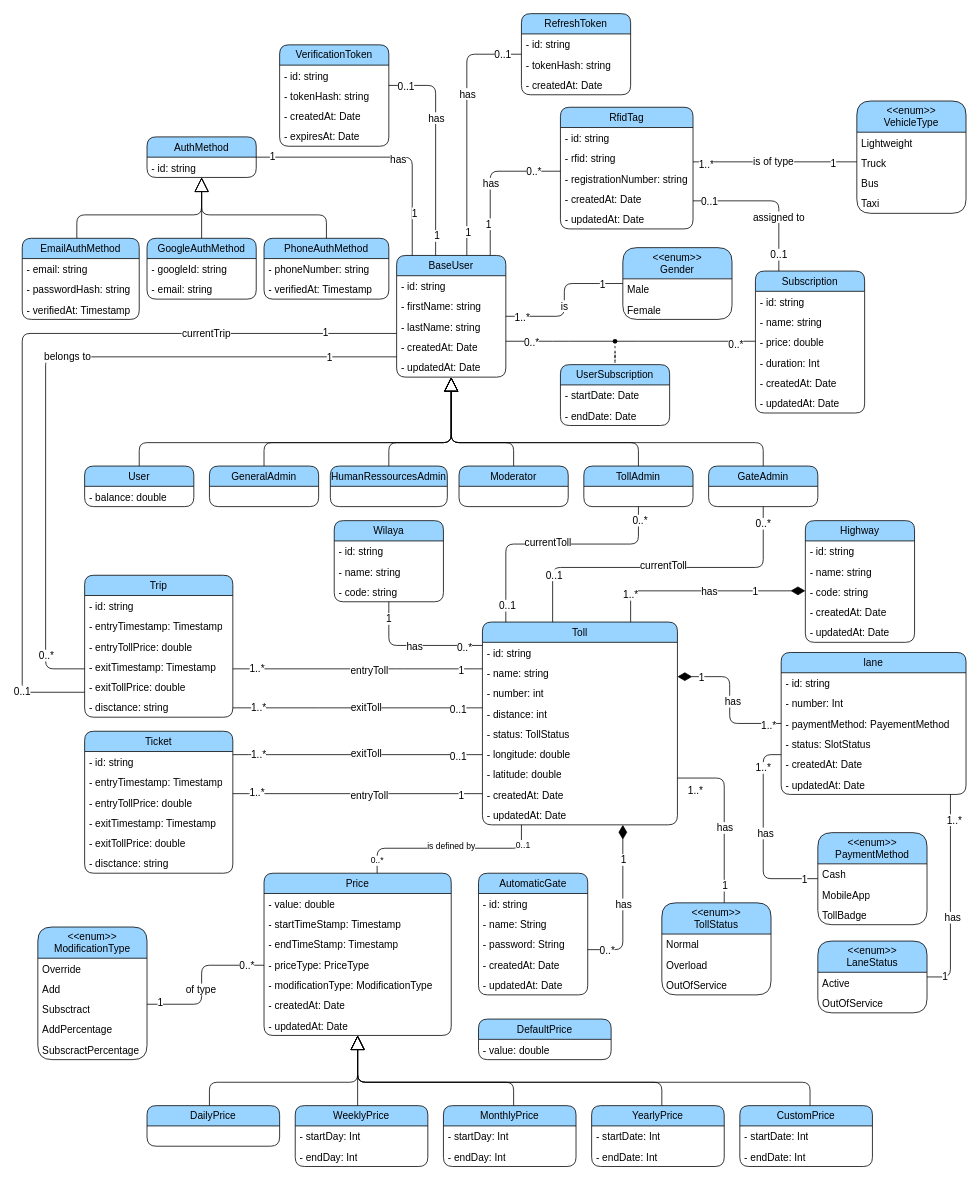
Earlier version of the draw.io diagram diagrams/class-diagram.drawio (devlotfi/peage-pay). Source tidied: cells renumbered, new cells numbered last; positions are measured from the earlier drawing's top-left corner, leaving out a move shared by most shapes. Both pictures are drawn from the tidied source at 78%, with x=0, y=0 at pixel (22, 13).
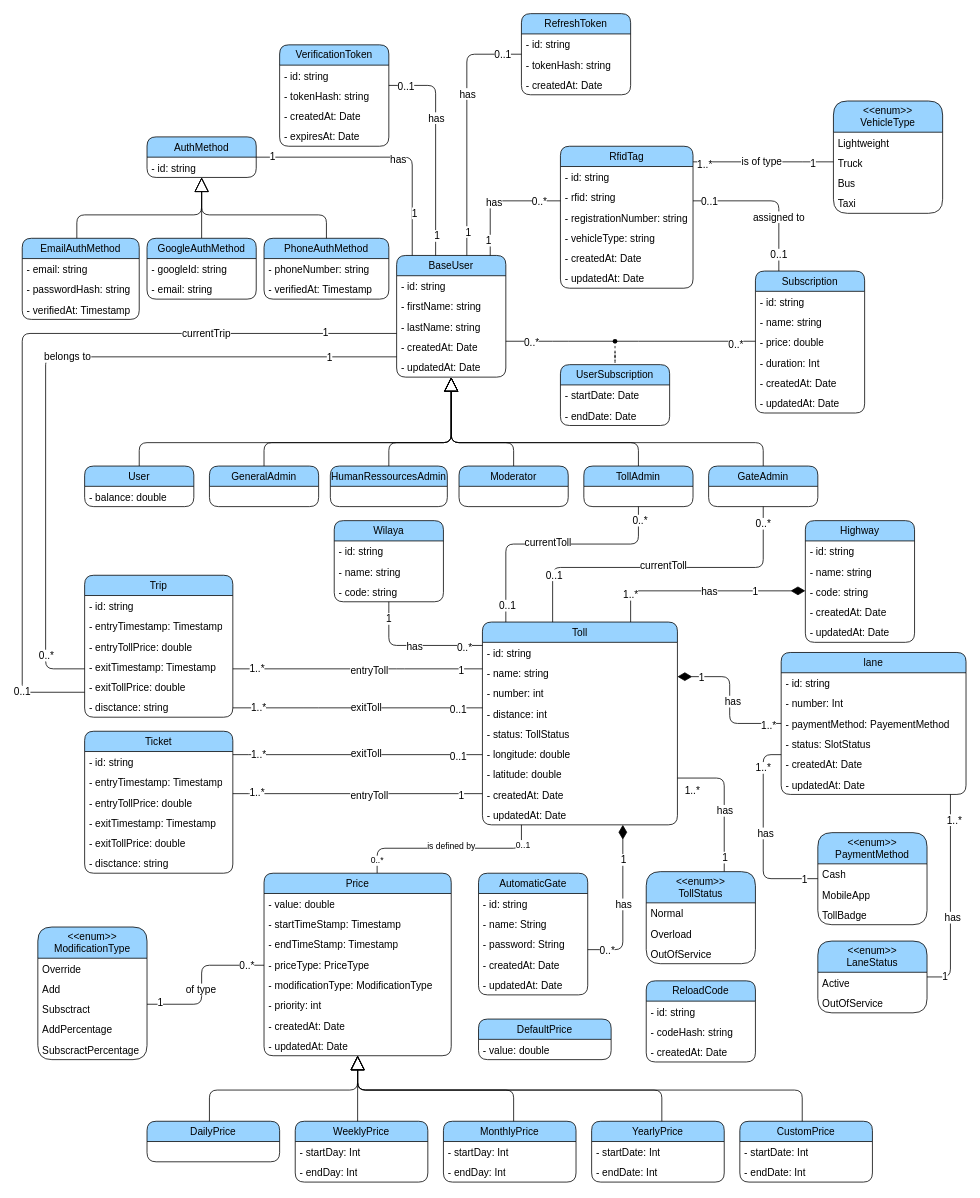
The same page after the edit.

The change refers to these unchanged cells:
```xml
<mxCell id="38" value="BaseUser" style="swimlane;fontStyle=0;horizontal=1;startSize=26;fillColor=#99D3FF;whiteSpace=wrap;html=1;fontFamily=Helvetica;fontSize=13;fontColor=default;fillStyle=auto;rounded=1;glass=0;shadow=0;swimlaneFillColor=none;gradientColor=none;" parent="1" vertex="1">
  <mxGeometry x="480" y="310" width="140" height="156" as="geometry" />
</mxCell>
```

What changed in the source:
```diff
@@
-    <mxCell id="34" style="edgeStyle=orthogonalEdgeStyle;rounded=1;jettySize=auto;html=1;strokeColor=default;align=center;verticalAlign=middle;fontFamily=Helvetica;fontSize=13;fontColor=default;labelBackgroundColor=default;endArrow=none;endFill=0;endSize=24;" parent="1" edge="1" source="38" target="201">
-      <mxGeometry relative="1" as="geometry" />
-    </mxCell>
-    <mxCell id="35" value="is" style="edgeLabel;html=1;align=center;verticalAlign=middle;fontFamily=Helvetica;fontSize=13;fontColor=default;labelBackgroundColor=default;" parent="34" vertex="1">
-      <mxGeometry x="-0.07" y="1" relative="1" as="geometry" />
-    </mxCell>
-    <mxCell id="36" value="1..*" style="edgeLabel;html=1;align=center;verticalAlign=middle;fontFamily=Helvetica;fontSize=13;fontColor=default;labelBackgroundColor=default;" parent="34" vertex="1">
-      <mxGeometry x="-0.79" relative="1" as="geometry" />
-    </mxCell>
-    <mxCell id="37" value="1" style="edgeLabel;html=1;align=center;verticalAlign=middle;fontFamily=Helvetica;fontSize=13;fontColor=default;labelBackgroundColor=default;" parent="34" vertex="1">
-      <mxGeometry x="0.72" relative="1" as="geometry" />
-    </mxCell>
@@
     <mxCell id="77" value="RfidTag" style="swimlane;fontStyle=0;horizontal=1;startSize=26;fillColor=#99D3FF;whiteSpace=wrap;html=1;fontFamily=Helvetica;fontSize=13;fontColor=default;fillStyle=auto;rounded=1;glass=0;shadow=0;swimlaneFillColor=none;gradientColor=none;" parent="1" vertex="1">
-      <mxGeometry x="690" y="120" width="170" height="156" as="geometry" />
+      <mxGeometry x="690" y="170" width="170" height="182" as="geometry" />
     </mxCell>
@@
+    <mxCell id="263" value="- vehicleType: string" style="text;strokeColor=none;fillColor=none;align=left;verticalAlign=top;spacingLeft=4;spacingRight=4;overflow=hidden;whiteSpace=wrap;html=1;fontSize=13;fontFamily=Helvetica;fontColor=default;" parent="77" vertex="1">
+      <mxGeometry y="104" width="170" height="26" as="geometry" />
+    </mxCell>
     <mxCell id="81" value="- createdAt: Date" style="text;strokeColor=none;fillColor=none;align=left;verticalAlign=top;spacingLeft=4;spacingRight=4;overflow=hidden;whiteSpace=wrap;html=1;fontSize=13;fontFamily=Helvetica;fontColor=default;" parent="77" vertex="1">
-      <mxGeometry y="104" width="170" height="26" as="geometry" />
+      <mxGeometry y="130" width="170" height="26" as="geometry" />
     </mxCell>
     <mxCell id="82" value="- updatedAt: Date" style="text;strokeColor=none;fillColor=none;align=left;verticalAlign=top;spacingLeft=4;spacingRight=4;overflow=hidden;whiteSpace=wrap;html=1;fontSize=13;fontFamily=Helvetica;fontColor=default;" parent="77" vertex="1">
-      <mxGeometry y="130" width="170" height="26" as="geometry" />
+      <mxGeometry y="156" width="170" height="26" as="geometry" />
     </mxCell>
     <mxCell id="83" style="endArrow=none;endFill=0;endSize=24;html=1;rounded=1;labelBackgroundColor=default;strokeColor=default;align=center;verticalAlign=middle;fontFamily=Helvetica;fontSize=13;fontColor=default;shape=connector;edgeStyle=orthogonalEdgeStyle;curved=0;" parent="1" edge="1" source="77" target="38">
       <mxGeometry relative="1" as="geometry">
         <Array as="points">
-          <mxPoint x="600" y="202" />
+          <mxPoint x="600" y="240" />
         </Array>
       </mxGeometry>
     </mxCell>
@@
     <mxCell id="85" value="1" style="edgeLabel;html=1;align=center;verticalAlign=middle;fontSize=13;fontFamily=Helvetica;fontColor=default;" parent="83" vertex="1">
-      <mxGeometry x="0.59" y="-3" relative="1" as="geometry" />
+      <mxGeometry x="0.59" y="-3" relative="1" as="geometry">
+        <mxPoint y="13" as="offset" />
+      </mxGeometry>
     </mxCell>
@@
     <mxCell id="186" value="&amp;lt;&amp;lt;enum&amp;gt;&amp;gt;&lt;br style=&quot;font-size: 13px;&quot;&gt;TollStatus" style="swimlane;fontStyle=0;horizontal=1;startSize=40;fillColor=#99D3FF;whiteSpace=wrap;html=1;fontFamily=Helvetica;fontSize=13;fontColor=default;fillStyle=auto;rounded=1;glass=0;shadow=0;swimlaneFillColor=none;gradientColor=none;" parent="1" vertex="1">
-      <mxGeometry x="820" y="1140" width="140" height="118" as="geometry" />
+      <mxGeometry x="800" y="1100" width="140" height="118" as="geometry" />
     </mxCell>
@@
     <mxCell id="192" value="&amp;lt;&amp;lt;enum&amp;gt;&amp;gt;&lt;br style=&quot;font-size: 13px;&quot;&gt;VehicleType" style="swimlane;fontStyle=0;horizontal=1;startSize=40;fillColor=#99D3FF;whiteSpace=wrap;html=1;fontFamily=Helvetica;fontSize=13;fontColor=default;fillStyle=auto;rounded=1;glass=0;shadow=0;swimlaneFillColor=none;gradientColor=none;" parent="1" vertex="1">
-      <mxGeometry x="1070" y="112" width="140" height="144" as="geometry" />
+      <mxGeometry x="1040" y="112" width="140" height="144" as="geometry" />
     </mxCell>
@@
-    <mxCell id="201" value="&amp;lt;&amp;lt;enum&amp;gt;&amp;gt;&lt;br style=&quot;font-size: 13px;&quot;&gt;Gender" style="swimlane;fontStyle=0;horizontal=1;startSize=40;fillColor=#99D3FF;whiteSpace=wrap;html=1;fontFamily=Helvetica;fontSize=13;fontColor=default;fillStyle=auto;rounded=1;glass=0;shadow=0;swimlaneFillColor=none;gradientColor=none;" parent="1" vertex="1">
-      <mxGeometry x="770" y="300" width="140" height="92" as="geometry" />
-    </mxCell>
-    <mxCell id="202" value="Male" style="text;strokeColor=none;fillColor=none;align=left;verticalAlign=top;spacingLeft=4;spacingRight=4;overflow=hidden;whiteSpace=wrap;html=1;fontSize=13;fontFamily=Helvetica;fontColor=default;" parent="201" vertex="1">
-      <mxGeometry y="40" width="140" height="26" as="geometry" />
-    </mxCell>
-    <mxCell id="203" value="Female" style="text;strokeColor=none;fillColor=none;align=left;verticalAlign=top;spacingLeft=4;spacingRight=4;overflow=hidden;whiteSpace=wrap;html=1;fontSize=13;fontFamily=Helvetica;fontColor=default;" parent="201" vertex="1">
-      <mxGeometry y="66" width="140" height="26" as="geometry" />
-    </mxCell>
@@
     <mxCell id="206" value="DailyPrice" style="swimlane;fontStyle=0;horizontal=1;startSize=26;fillColor=#99D3FF;whiteSpace=wrap;html=1;fontFamily=Helvetica;fontSize=13;fontColor=default;fillStyle=auto;rounded=1;glass=0;shadow=0;swimlaneFillColor=none;gradientColor=none;" parent="1" vertex="1">
-      <mxGeometry x="160" y="1400" width="170" height="52" as="geometry" />
+      <mxGeometry x="160" y="1420" width="170" height="52" as="geometry" />
     </mxCell>
     <mxCell id="207" value="WeeklyPrice" style="swimlane;fontStyle=0;horizontal=1;startSize=26;fillColor=#99D3FF;whiteSpace=wrap;html=1;fontFamily=Helvetica;fontSize=13;fontColor=default;fillStyle=auto;rounded=1;glass=0;shadow=0;swimlaneFillColor=none;gradientColor=none;" parent="1" vertex="1">
-      <mxGeometry x="350" y="1400" width="170" height="78" as="geometry" />
+      <mxGeometry x="350" y="1420" width="170" height="78" as="geometry" />
     </mxCell>
@@
     <mxCell id="210" value="MonthlyPrice" style="swimlane;fontStyle=0;horizontal=1;startSize=26;fillColor=#99D3FF;whiteSpace=wrap;html=1;fontFamily=Helvetica;fontSize=13;fontColor=default;fillStyle=auto;rounded=1;glass=0;shadow=0;swimlaneFillColor=none;gradientColor=none;" parent="1" vertex="1">
-      <mxGeometry x="540" y="1400" width="170" height="78" as="geometry" />
+      <mxGeometry x="540" y="1420" width="170" height="78" as="geometry" />
     </mxCell>
@@
     <mxCell id="213" value="YearlyPrice" style="swimlane;fontStyle=0;horizontal=1;startSize=26;fillColor=#99D3FF;whiteSpace=wrap;html=1;fontFamily=Helvetica;fontSize=13;fontColor=default;fillStyle=auto;rounded=1;glass=0;shadow=0;swimlaneFillColor=none;gradientColor=none;" parent="1" vertex="1">
-      <mxGeometry x="730" y="1400" width="170" height="78" as="geometry" />
+      <mxGeometry x="730" y="1420" width="170" height="78" as="geometry" />
     </mxCell>
@@
     <mxCell id="216" value="CustomPrice" style="swimlane;fontStyle=0;horizontal=1;startSize=26;fillColor=#99D3FF;whiteSpace=wrap;html=1;fontFamily=Helvetica;fontSize=13;fontColor=default;fillStyle=auto;rounded=1;glass=0;shadow=0;swimlaneFillColor=none;gradientColor=none;" parent="1" vertex="1">
-      <mxGeometry x="920" y="1400" width="170" height="78" as="geometry" />
+      <mxGeometry x="920" y="1420" width="170" height="78" as="geometry" />
     </mxCell>
@@
     <mxCell id="223" value="Price" style="swimlane;fontStyle=0;horizontal=1;startSize=26;fillColor=#99D3FF;whiteSpace=wrap;html=1;fontFamily=Helvetica;fontSize=13;fontColor=default;fillStyle=auto;rounded=1;glass=0;shadow=0;swimlaneFillColor=none;gradientColor=none;" parent="1" vertex="1">
-      <mxGeometry x="310" y="1102" width="240" height="208" as="geometry" />
+      <mxGeometry x="310" y="1102" width="240" height="234" as="geometry" />
     </mxCell>
@@
+    <mxCell id="264" value="- priority: int" style="text;strokeColor=none;fillColor=none;align=left;verticalAlign=top;spacingLeft=4;spacingRight=4;overflow=hidden;whiteSpace=wrap;html=1;fontSize=13;fontFamily=Helvetica;fontColor=default;" parent="223" vertex="1">
+      <mxGeometry y="156" width="240" height="26" as="geometry" />
+    </mxCell>
     <mxCell id="229" value="- createdAt: Date" style="text;strokeColor=none;fillColor=none;align=left;verticalAlign=top;spacingLeft=4;spacingRight=4;overflow=hidden;whiteSpace=wrap;html=1;fontSize=13;fontFamily=Helvetica;fontColor=default;" parent="223" vertex="1">
-      <mxGeometry y="156" width="240" height="26" as="geometry" />
+      <mxGeometry y="182" width="240" height="26" as="geometry" />
     </mxCell>
     <mxCell id="230" value="- updatedAt: Date" style="text;strokeColor=none;fillColor=none;align=left;verticalAlign=top;spacingLeft=4;spacingRight=4;overflow=hidden;whiteSpace=wrap;html=1;fontSize=13;fontFamily=Helvetica;fontColor=default;" parent="223" vertex="1">
-      <mxGeometry y="182" width="240" height="26" as="geometry" />
+      <mxGeometry y="208" width="240" height="26" as="geometry" />
     </mxCell>
     <mxCell id="231" style="edgeStyle=orthogonalEdgeStyle;shape=connector;curved=0;rounded=1;jettySize=auto;html=1;labelBackgroundColor=default;strokeColor=default;align=center;verticalAlign=middle;fontFamily=Helvetica;fontSize=13;fontColor=default;endArrow=block;endFill=0;endSize=16;" parent="1" edge="1" source="210" target="223">
       <mxGeometry relative="1" as="geometry">
         <Array as="points">
-          <mxPoint x="630" y="1370" />
-          <mxPoint x="430" y="1370" />
+          <mxPoint x="630" y="1380" />
+          <mxPoint x="430" y="1380" />
         </Array>
       </mxGeometry>
     </mxCell>
     <mxCell id="232" style="edgeStyle=orthogonalEdgeStyle;shape=connector;curved=0;rounded=1;jettySize=auto;html=1;labelBackgroundColor=default;strokeColor=default;align=center;verticalAlign=middle;fontFamily=Helvetica;fontSize=13;fontColor=default;endArrow=block;endFill=0;endSize=16;" parent="1" edge="1" source="207" target="223">
       <mxGeometry relative="1" as="geometry">
         <Array as="points">
-          <mxPoint x="430" y="1330" />
-          <mxPoint x="430" y="1330" />
+          <mxPoint x="430" y="1370" />
+          <mxPoint x="430" y="1370" />
         </Array>
       </mxGeometry>
     </mxCell>
     <mxCell id="233" style="edgeStyle=orthogonalEdgeStyle;shape=connector;curved=0;rounded=1;jettySize=auto;html=1;labelBackgroundColor=default;strokeColor=default;align=center;verticalAlign=middle;fontFamily=Helvetica;fontSize=13;fontColor=default;endArrow=block;endFill=0;endSize=16;" parent="1" edge="1" source="206" target="223">
       <mxGeometry relative="1" as="geometry">
         <Array as="points">
-          <mxPoint x="240" y="1370" />
-          <mxPoint x="430" y="1370" />
+          <mxPoint x="240" y="1380" />
+          <mxPoint x="430" y="1380" />
         </Array>
       </mxGeometry>
     </mxCell>
     <mxCell id="234" style="edgeStyle=orthogonalEdgeStyle;shape=connector;curved=0;rounded=1;jettySize=auto;html=1;labelBackgroundColor=default;strokeColor=default;align=center;verticalAlign=middle;fontFamily=Helvetica;fontSize=13;fontColor=default;endArrow=block;endFill=0;endSize=16;" parent="1" edge="1" source="213" target="223">
       <mxGeometry relative="1" as="geometry">
         <Array as="points">
-          <mxPoint x="820" y="1370" />
-          <mxPoint x="430" y="1370" />
+          <mxPoint x="820" y="1380" />
+          <mxPoint x="430" y="1380" />
         </Array>
       </mxGeometry>
     </mxCell>
-    <mxCell id="235" style="edgeStyle=orthogonalEdgeStyle;shape=connector;curved=0;rounded=1;jettySize=auto;html=1;labelBackgroundColor=default;strokeColor=default;align=center;verticalAlign=middle;fontFamily=Helvetica;fontSize=13;fontColor=default;endArrow=block;endFill=0;endSize=16;" parent="1" edge="1" source="216" target="223">
+    <mxCell id="235" style="edgeStyle=orthogonalEdgeStyle;shape=connector;curved=0;rounded=1;orthogonalLoop=1;jettySize=auto;html=1;labelBackgroundColor=default;strokeColor=default;align=center;verticalAlign=middle;fontFamily=Helvetica;fontSize=13;fontColor=default;endArrow=block;endFill=0;endSize=16;" parent="1" edge="1">
       <mxGeometry relative="1" as="geometry">
+        <mxPoint x="1000" y="1420" as="sourcePoint" />
+        <mxPoint x="430" y="1336" as="targetPoint" />
         <Array as="points">
-          <mxPoint x="1010" y="1370" />
-          <mxPoint x="430" y="1370" />
+          <mxPoint x="1000" y="1380" />
+          <mxPoint x="430" y="1380" />
         </Array>
       </mxGeometry>
     </mxCell>
@@
+    <mxCell id="265" value="ReloadCode" style="swimlane;fontStyle=0;horizontal=1;startSize=26;fillColor=#99D3FF;whiteSpace=wrap;html=1;fontFamily=Helvetica;fontSize=13;fontColor=default;fillStyle=auto;rounded=1;glass=0;shadow=0;swimlaneFillColor=none;gradientColor=none;" parent="1" vertex="1">
+      <mxGeometry x="800" y="1240" width="140" height="104" as="geometry" />
+    </mxCell>
+    <mxCell id="266" value="- id: string" style="text;strokeColor=none;fillColor=none;align=left;verticalAlign=top;spacingLeft=4;spacingRight=4;overflow=hidden;whiteSpace=wrap;html=1;fontSize=13;fontFamily=Helvetica;fontColor=default;" parent="265" vertex="1">
+      <mxGeometry y="26" width="140" height="26" as="geometry" />
+    </mxCell>
+    <mxCell id="267" value="- codeHash: string" style="text;strokeColor=none;fillColor=none;align=left;verticalAlign=top;spacingLeft=4;spacingRight=4;overflow=hidden;whiteSpace=wrap;html=1;fontSize=13;fontFamily=Helvetica;fontColor=default;" parent="265" vertex="1">
+      <mxGeometry y="52" width="140" height="26" as="geometry" />
+    </mxCell>
+    <mxCell id="268" value="- createdAt: Date" style="text;strokeColor=none;fillColor=none;align=left;verticalAlign=top;spacingLeft=4;spacingRight=4;overflow=hidden;whiteSpace=wrap;html=1;fontSize=13;fontFamily=Helvetica;fontColor=default;" parent="265" vertex="1">
+      <mxGeometry y="78" width="140" height="26" as="geometry" />
+    </mxCell>
```
